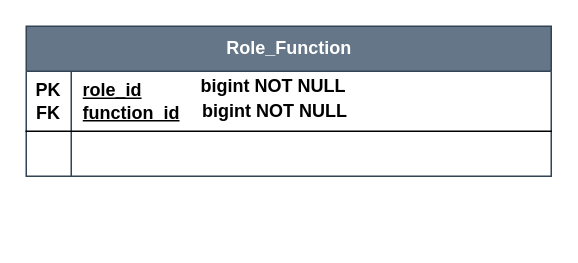
The draw.io diagram page "role_function" (21 of 35) of doc/ERD.drawio in program-madman/IIT-CMS, before the edit. Source tidied: cells renumbered, new cells numbered last; positions are measured from the earlier drawing's top-left corner, leaving out a move shared by most shapes. Both pictures are drawn from the tidied source at 150%, with x=0, y=0 at pixel (26, 26).
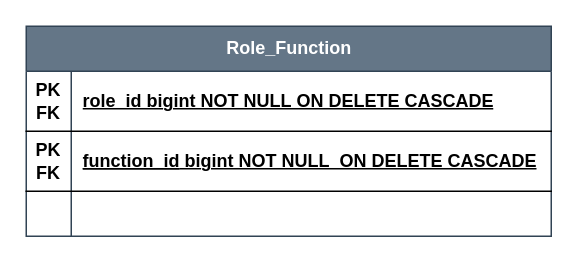
The same page after the edit.

Change to the diagram source:
```diff
@@
 <mxGraphModel>
   <root>
     <mxCell id="0" />
     <mxCell id="1" parent="0" />
     <mxCell id="2" value="Role_Function" style="shape=table;startSize=30;childLayout=tableLayout;rowLines=0;fontStyle=1;align=center;html=1;fillColor=#647687;fontColor=#ffffff;strokeColor=#314354;" parent="1" vertex="1">
-      <mxGeometry width="350" height="100" as="geometry" />
+      <mxGeometry width="350" height="140" as="geometry" />
     </mxCell>
     <mxCell id="3" style="shape=tableRow;horizontal=0;startSize=0;swimlaneHead=0;swimlaneBody=0;fillColor=none;top=0;left=0;right=0;bottom=1;" parent="2" vertex="1">
       <mxGeometry y="30" width="350" height="40" as="geometry" />
     </mxCell>
-    <mxCell id="4" value="PK FK" style="shape=partialRectangle;fillColor=none;top=0;left=0;bottom=0;right=0;fontStyle=1;overflow=hidden;whiteSpace=wrap;html=1;" parent="3" vertex="1">
+    <mxCell id="4" value="PK&lt;br&gt;FK" style="shape=partialRectangle;fillColor=none;top=0;left=0;bottom=0;right=0;fontStyle=1;overflow=hidden;whiteSpace=wrap;html=1;" parent="3" vertex="1">
       <mxGeometry width="30" height="40" as="geometry" />
     </mxCell>
-    <mxCell id="5" value="role_id&lt;br&gt;function_id" style="shape=partialRectangle;fillColor=none;top=0;left=0;bottom=0;right=0;align=left;spacingLeft=6;fontStyle=5;overflow=hidden;whiteSpace=wrap;html=1;" parent="3" vertex="1">
+    <mxCell id="5" value="role_id bigint NOT NULL&amp;nbsp;ON DELETE CASCADE" style="shape=partialRectangle;fillColor=none;top=0;left=0;bottom=0;right=0;align=left;spacingLeft=6;fontStyle=5;overflow=hidden;whiteSpace=wrap;html=1;" parent="3" vertex="1">
       <mxGeometry x="30" width="320" height="40" as="geometry" />
     </mxCell>
-    <mxCell id="6" style="shape=tableRow;horizontal=0;startSize=0;swimlaneHead=0;swimlaneBody=0;fillColor=none;top=0;left=0;right=0;bottom=0;" parent="2" vertex="1">
-      <mxGeometry y="70" width="350" height="30" as="geometry" />
-    </mxCell>
+    <mxCell id="11" style="shape=tableRow;horizontal=0;startSize=0;swimlaneHead=0;swimlaneBody=0;fillColor=none;top=0;left=0;right=0;bottom=1;" parent="2" vertex="1">
+      <mxGeometry y="70" width="350" height="40" as="geometry" />
+    </mxCell>
+    <mxCell id="12" value="PK&lt;br&gt;FK" style="shape=partialRectangle;fillColor=none;top=0;left=0;bottom=0;right=0;fontStyle=1;overflow=hidden;whiteSpace=wrap;html=1;" parent="11" vertex="1">
+      <mxGeometry width="30" height="40" as="geometry" />
+    </mxCell>
+    <mxCell id="13" value="&lt;u style=&quot;border-color: var(--border-color);&quot;&gt;function_id&lt;/u&gt;&amp;nbsp;bigint NOT NULL&amp;nbsp;&amp;nbsp;ON DELETE CASCADE" style="shape=partialRectangle;fillColor=none;top=0;left=0;bottom=0;right=0;align=left;spacingLeft=6;fontStyle=5;overflow=hidden;whiteSpace=wrap;html=1;" parent="11" vertex="1">
+      <mxGeometry x="30" width="320" height="40" as="geometry" />
+    </mxCell>
+    <mxCell id="14" style="shape=tableRow;horizontal=0;startSize=0;swimlaneHead=0;swimlaneBody=0;fillColor=none;top=0;left=0;right=0;bottom=0;" parent="2" vertex="1">
+      <mxGeometry y="110" width="350" height="30" as="geometry" />
+    </mxCell>
-    <mxCell id="7" style="shape=partialRectangle;fillColor=none;top=0;left=0;bottom=0;right=0;overflow=hidden;whiteSpace=wrap;html=1;" parent="6" vertex="1">
+    <mxCell id="7" style="shape=partialRectangle;fillColor=none;top=0;left=0;bottom=0;right=0;overflow=hidden;whiteSpace=wrap;html=1;" parent="14" vertex="1">
       <mxGeometry width="30" height="30" as="geometry" />
     </mxCell>
-    <mxCell id="8" style="shape=partialRectangle;fillColor=none;top=0;left=0;bottom=0;right=0;align=left;spacingLeft=6;overflow=hidden;whiteSpace=wrap;html=1;" parent="6" vertex="1">
+    <mxCell id="8" style="shape=partialRectangle;fillColor=none;top=0;left=0;bottom=0;right=0;align=left;spacingLeft=6;overflow=hidden;whiteSpace=wrap;html=1;" parent="14" vertex="1">
       <mxGeometry x="30" width="320" height="30" as="geometry" />
     </mxCell>
-    <mxCell id="9" value="bigint NOT NULL" style="text;html=1;strokeColor=none;fillColor=none;align=center;verticalAlign=middle;whiteSpace=wrap;rounded=0;fontStyle=1;" parent="1" vertex="1">
-      <mxGeometry x="110" y="25" width="110" height="30" as="geometry" />
-    </mxCell>
-    <mxCell id="10" value="bigint NOT NULL" style="text;html=1;strokeColor=none;fillColor=none;align=center;verticalAlign=middle;whiteSpace=wrap;rounded=0;fontStyle=1;" parent="1" vertex="1">
-      <mxGeometry x="111" y="42" width="110" height="30" as="geometry" />
-    </mxCell>
   </root>
 </mxGraphModel>
```
